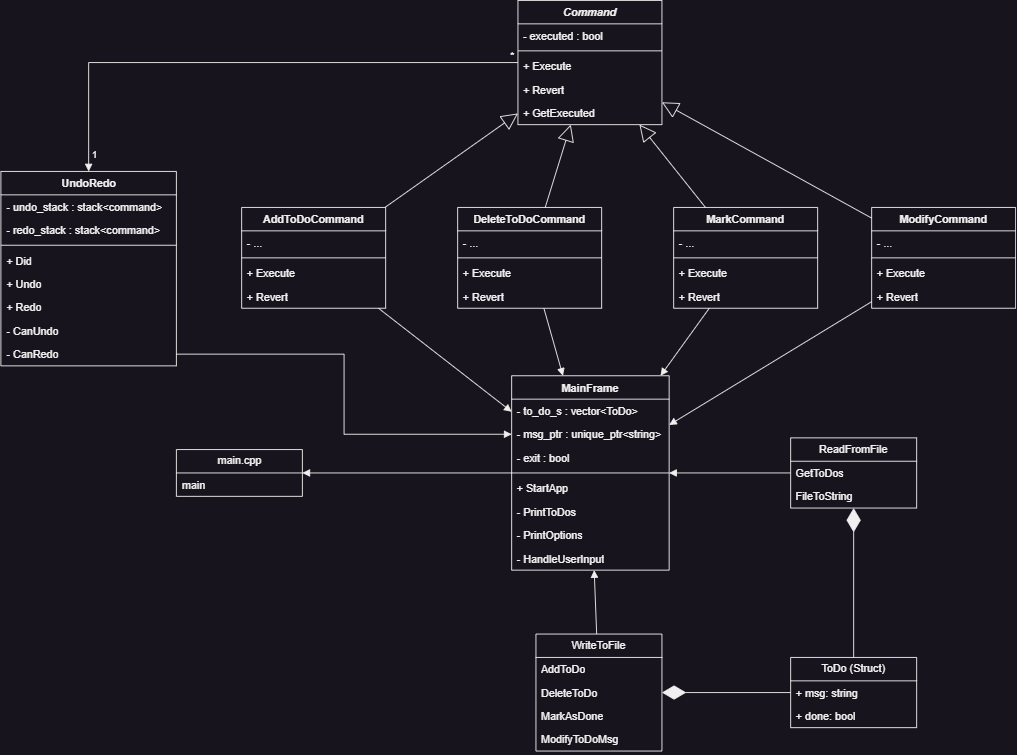
Earlier version of the draw.io export uml_diagrams/images/class_diagram.png (EvatsugDnalloR/ToDoListConsoleApplication). Source tidied: cells renumbered, new cells last; positions are measured from the earlier drawing's top-left corner, leaving out a move shared by most shapes.
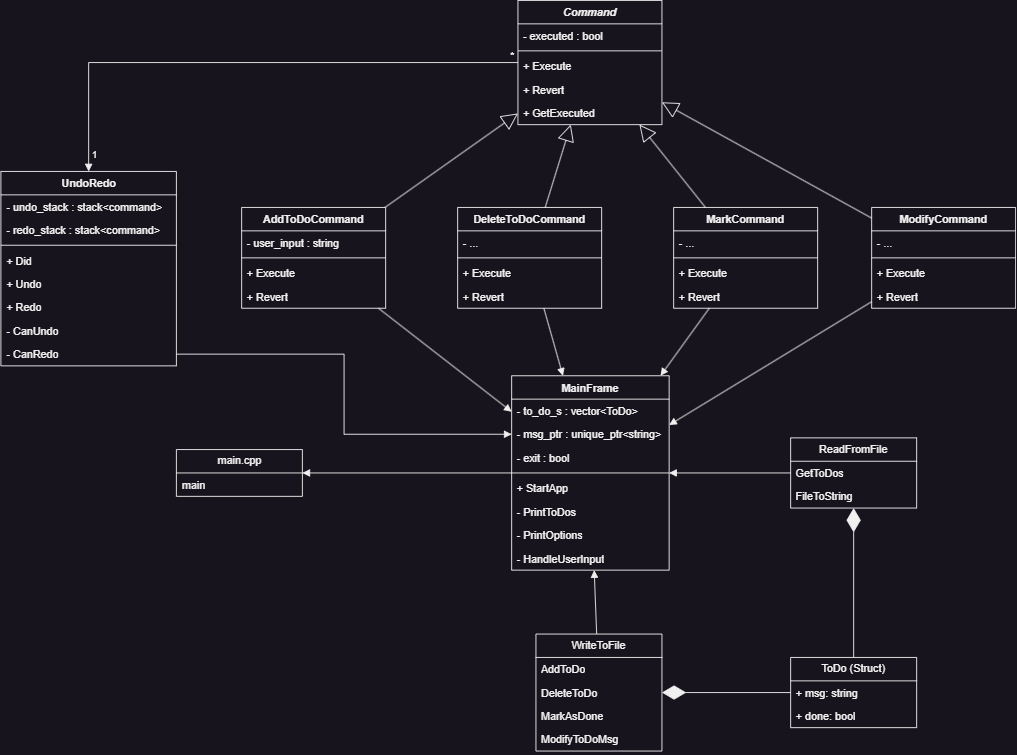
Later version of the same file.

Commit message:
updated class diagram

Change to the diagram source:
```diff
@@ -122,7 +122,7 @@
     <mxCell id="41" value="AddToDoCommand" style="swimlane;fontStyle=1;align=center;verticalAlign=top;horizontal=1;startSize=26;whiteSpace=wrap;html=1;" parent="1" vertex="1">
       <mxGeometry x="268" y="230" width="160" height="112" as="geometry" />
     </mxCell>
-    <mxCell id="42" value="- ..." style="text;strokeColor=none;fillColor=none;align=left;verticalAlign=top;spacingLeft=4;spacingRight=4;overflow=hidden;whiteSpace=wrap;html=1;" parent="41" vertex="1">
+    <mxCell id="42" value="- user_input : string" style="text;strokeColor=none;fillColor=none;align=left;verticalAlign=top;spacingLeft=4;spacingRight=4;overflow=hidden;whiteSpace=wrap;html=1;" parent="41" vertex="1">
       <mxGeometry y="26" width="160" height="26" as="geometry" />
     </mxCell>
     <mxCell id="43" style="line;strokeWidth=1;fillColor=none;align=left;verticalAlign=middle;spacingTop=-1;spacingLeft=3;spacingRight=3;labelPosition=right;strokeColor=inherit;" parent="41" vertex="1">
```
